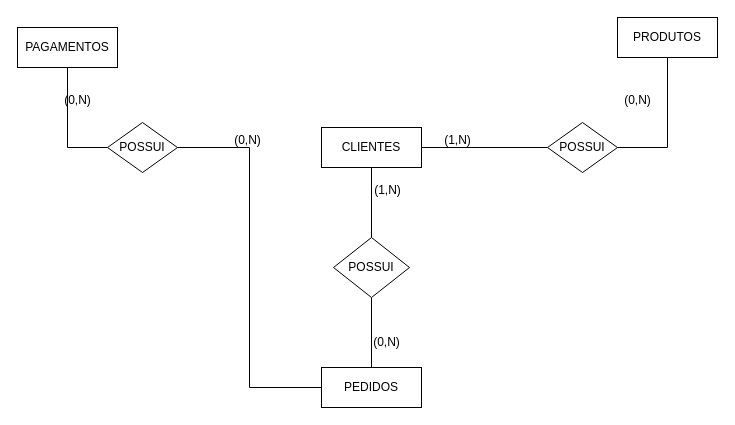
Earlier version of the draw.io diagram page "MODELO CONCEITUAL" (1 of 3) of Projeto E-Commerce.drawio (A444le/PROJETO-E-COMMERCE). Source tidied: cells renumbered, new cells numbered last; positions are measured from the earlier drawing's top-left corner, leaving out a move shared by most shapes. Both pictures are drawn from the tidied source at 100%, with x=0, y=0 at pixel (17, 17).
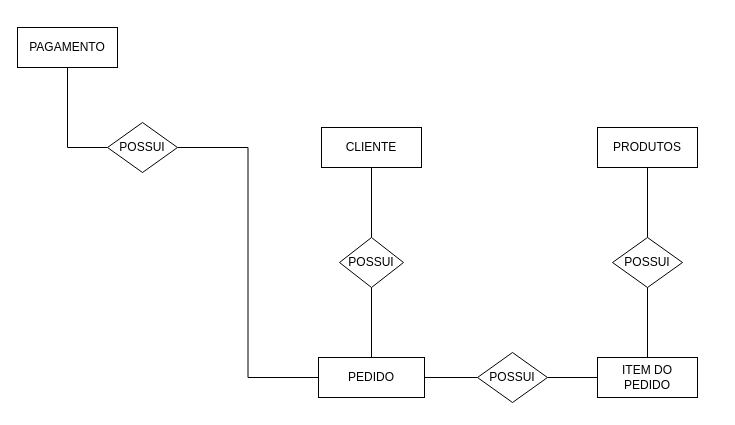
The same diagram, later.

The edit, as a diff of the source:
```diff
@@
-    <mxCell id="3" style="edgeStyle=orthogonalEdgeStyle;rounded=0;jettySize=auto;html=1;exitX=1;exitY=0.5;exitDx=0;exitDy=0;entryX=0;entryY=0.5;entryDx=0;entryDy=0;endArrow=none;startFill=0;" parent="1" edge="1" source="5" target="12">
-      <mxGeometry relative="1" as="geometry" />
-    </mxCell>
@@
-    <mxCell id="5" value="CLIENTES" style="whiteSpace=wrap;html=1;align=center;" parent="1" vertex="1">
+    <mxCell id="5" value="CLIENTE" style="whiteSpace=wrap;html=1;align=center;" parent="1" vertex="1">
       <mxGeometry x="304" y="110" width="100" height="40" as="geometry" />
     </mxCell>
     <mxCell id="6" value="PRODUTOS" style="whiteSpace=wrap;html=1;align=center;" parent="1" vertex="1">
-      <mxGeometry x="600" width="100" height="40" as="geometry" />
+      <mxGeometry x="580" y="110" width="100" height="40" as="geometry" />
     </mxCell>
+    <mxCell id="21" style="edgeStyle=orthogonalEdgeStyle;rounded=0;jettySize=auto;html=1;entryX=0;entryY=0.5;entryDx=0;entryDy=0;endArrow=none;startFill=0;" parent="1" edge="1" source="7" target="25">
+      <mxGeometry relative="1" as="geometry" />
+    </mxCell>
-    <mxCell id="7" value="PEDIDOS" style="whiteSpace=wrap;html=1;align=center;" parent="1" vertex="1">
-      <mxGeometry x="304" y="350" width="100" height="40" as="geometry" />
+    <mxCell id="7" value="PEDIDO" style="whiteSpace=wrap;html=1;align=center;" parent="1" vertex="1">
+      <mxGeometry x="301" y="340" width="106" height="40" as="geometry" />
     </mxCell>
-    <mxCell id="8" value="PAGAMENTOS" style="whiteSpace=wrap;html=1;align=center;" parent="1" vertex="1">
+    <mxCell id="8" value="PAGAMENTO" style="whiteSpace=wrap;html=1;align=center;" parent="1" vertex="1">
       <mxGeometry y="10" width="100" height="40" as="geometry" />
     </mxCell>
@@
-    <mxCell id="11" style="edgeStyle=orthogonalEdgeStyle;rounded=0;jettySize=auto;html=1;exitX=1;exitY=0.5;exitDx=0;exitDy=0;entryX=0.5;entryY=1;entryDx=0;entryDy=0;endArrow=none;startFill=0;" parent="1" edge="1" source="12" target="6">
+    <mxCell id="11" style="edgeStyle=orthogonalEdgeStyle;rounded=0;jettySize=auto;html=1;entryX=0.5;entryY=1;entryDx=0;entryDy=0;endArrow=none;startFill=0;" parent="1" edge="1" source="12" target="6">
       <mxGeometry relative="1" as="geometry" />
     </mxCell>
     <mxCell id="12" value="POSSUI" style="shape=rhombus;perimeter=rhombusPerimeter;whiteSpace=wrap;html=1;align=center;" parent="1" vertex="1">
-      <mxGeometry x="530" y="105" width="70" height="50" as="geometry" />
+      <mxGeometry x="595" y="220" width="70" height="50" as="geometry" />
     </mxCell>
@@
     <mxCell id="14" value="POSSUI" style="shape=rhombus;perimeter=rhombusPerimeter;whiteSpace=wrap;html=1;align=center;" parent="1" vertex="1">
-      <mxGeometry x="316" y="220" width="76" height="60" as="geometry" />
+      <mxGeometry x="322" y="220" width="64" height="50" as="geometry" />
     </mxCell>
-    <mxCell id="15" value="(0,N)" style="text;html=1;align=center;verticalAlign=middle;strokeColor=none;fillColor=none;" parent="1" vertex="1">
-      <mxGeometry x="344" y="310" width="50" height="30" as="geometry" />
-    </mxCell>
-    <mxCell id="16" value="(1,N)" style="text;html=1;align=center;verticalAlign=middle;strokeColor=none;fillColor=none;" parent="1" vertex="1">
-      <mxGeometry x="345" y="158" width="50" height="30" as="geometry" />
-    </mxCell>
-    <mxCell id="17" value="(1,N)" style="text;html=1;align=center;verticalAlign=middle;strokeColor=none;fillColor=none;" parent="1" vertex="1">
-      <mxGeometry x="415" y="108" width="50" height="30" as="geometry" />
-    </mxCell>
-    <mxCell id="18" value="(0,N)" style="text;html=1;align=center;verticalAlign=middle;strokeColor=none;fillColor=none;" parent="1" vertex="1">
-      <mxGeometry x="205" y="108" width="50" height="30" as="geometry" />
-    </mxCell>
-    <mxCell id="19" value="(0,N)" style="text;html=1;align=center;verticalAlign=middle;strokeColor=none;fillColor=none;" parent="1" vertex="1">
-      <mxGeometry x="35" y="68" width="50" height="30" as="geometry" />
-    </mxCell>
-    <mxCell id="20" value="(0,N)" style="text;html=1;align=center;verticalAlign=middle;strokeColor=none;fillColor=none;" parent="1" vertex="1">
-      <mxGeometry x="595" y="68" width="50" height="30" as="geometry" />
-    </mxCell>
+    <mxCell id="22" style="edgeStyle=orthogonalEdgeStyle;rounded=0;jettySize=auto;html=1;entryX=0.5;entryY=1;entryDx=0;entryDy=0;endArrow=none;startFill=0;" parent="1" edge="1" source="23" target="12">
+      <mxGeometry relative="1" as="geometry" />
+    </mxCell>
+    <mxCell id="23" value="ITEM DO PEDIDO" style="whiteSpace=wrap;html=1;align=center;" parent="1" vertex="1">
+      <mxGeometry x="580" y="340" width="100" height="40" as="geometry" />
+    </mxCell>
+    <mxCell id="24" style="edgeStyle=orthogonalEdgeStyle;rounded=0;jettySize=auto;html=1;entryX=0;entryY=0.5;entryDx=0;entryDy=0;endArrow=none;startFill=0;" parent="1" edge="1" source="25" target="23">
+      <mxGeometry relative="1" as="geometry" />
+    </mxCell>
+    <mxCell id="25" value="POSSUI" style="shape=rhombus;perimeter=rhombusPerimeter;whiteSpace=wrap;html=1;align=center;" parent="1" vertex="1">
+      <mxGeometry x="460" y="335" width="70" height="50" as="geometry" />
+    </mxCell>
```
